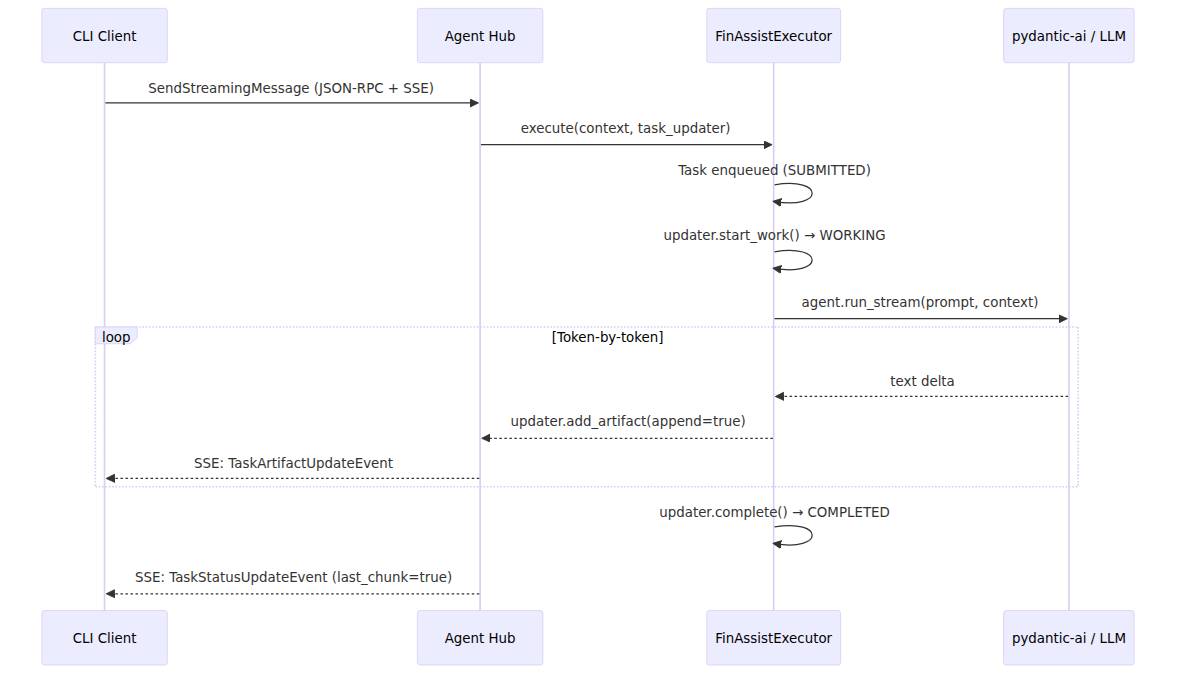
ColeB1722/fin-assist keeps this Mermaid diagram as docs/diagrams/request-flow.png. Above is the earlier version. Its source is kept beside it as docs/diagrams/request-flow.mmd.
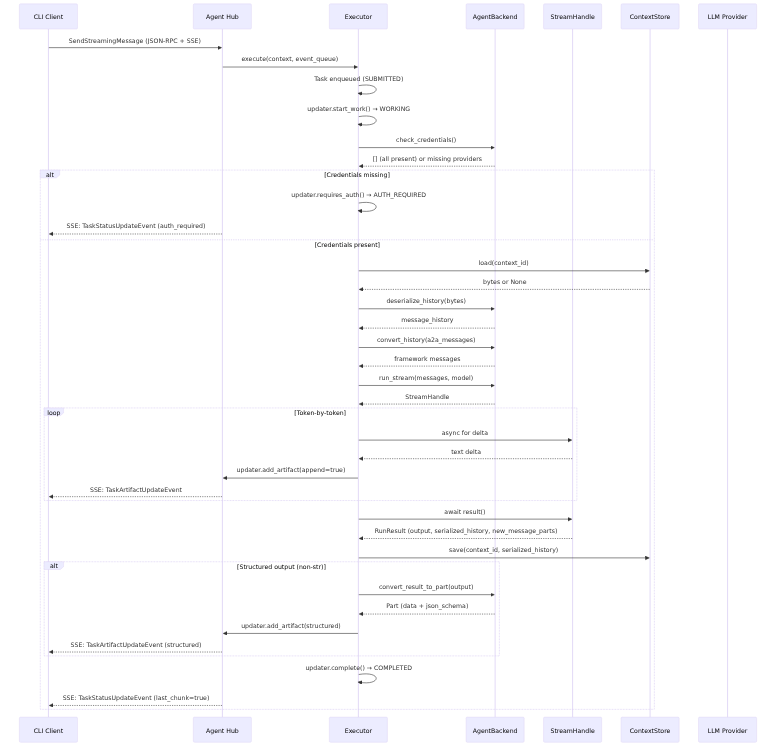
After the commit.

The edit, as a diff of the source:
```diff
@@ -1,18 +1,54 @@
 sequenceDiagram
     participant C as CLI Client
     participant H as Agent Hub
-    participant E as FinAssistExecutor
-    participant L as pydantic-ai / LLM
+    participant E as Executor
+    participant B as AgentBackend
+    participant SH as StreamHandle
+    participant CS as ContextStore
+    participant LLM as LLM Provider
 
     C->>H: SendStreamingMessage (JSON-RPC + SSE)
-    H->>E: execute(context, task_updater)
+    H->>E: execute(context, event_queue)
     E->>E: Task enqueued (SUBMITTED)
     E->>E: updater.start_work() → WORKING
-    E->>L: agent.run_stream(prompt, context)
-    loop Token-by-token
-        L-->>E: text delta
-        E-->>H: updater.add_artifact(append=true)
-        H-->>C: SSE: TaskArtifactUpdateEvent
+
+    E->>B: check_credentials()
+    B-->>E: [] (all present) or missing providers
+
+    alt Credentials missing
+        E->>E: updater.requires_auth() → AUTH_REQUIRED
+        H-->>C: SSE: TaskStatusUpdateEvent (auth_required)
+    else Credentials present
+        E->>CS: load(context_id)
+        CS-->>E: bytes or None
+        E->>B: deserialize_history(bytes)
+        B-->>E: message_history
+
+        E->>B: convert_history(a2a_messages)
+        B-->>E: framework messages
+
+        E->>B: run_stream(messages, model)
+        B-->>E: StreamHandle
+
+        loop Token-by-token
+            E->>SH: async for delta
+            SH-->>E: text delta
+            E->>H: updater.add_artifact(append=true)
+            H-->>C: SSE: TaskArtifactUpdateEvent
+        end
+
+        E->>SH: await result()
+        SH-->>E: RunResult (output, serialized_history, new_message_parts)
+
+        E->>CS: save(context_id, serialized_history)
+
+        alt Structured output (non-str)
+            E->>B: convert_result_to_part(output)
+            B-->>E: Part (data + json_schema)
+            E->>H: updater.add_artifact(structured)
+            H-->>C: SSE: TaskArtifactUpdateEvent (structured)
+        end
+
+        E->>E: updater.complete() → COMPLETED
+        H-->>C: SSE: TaskStatusUpdateEvent (last_chunk=true)
     end
-    E->>E: updater.complete() → COMPLETED
-    H-->>C: SSE: TaskStatusUpdateEvent (last_chunk=true)
```
